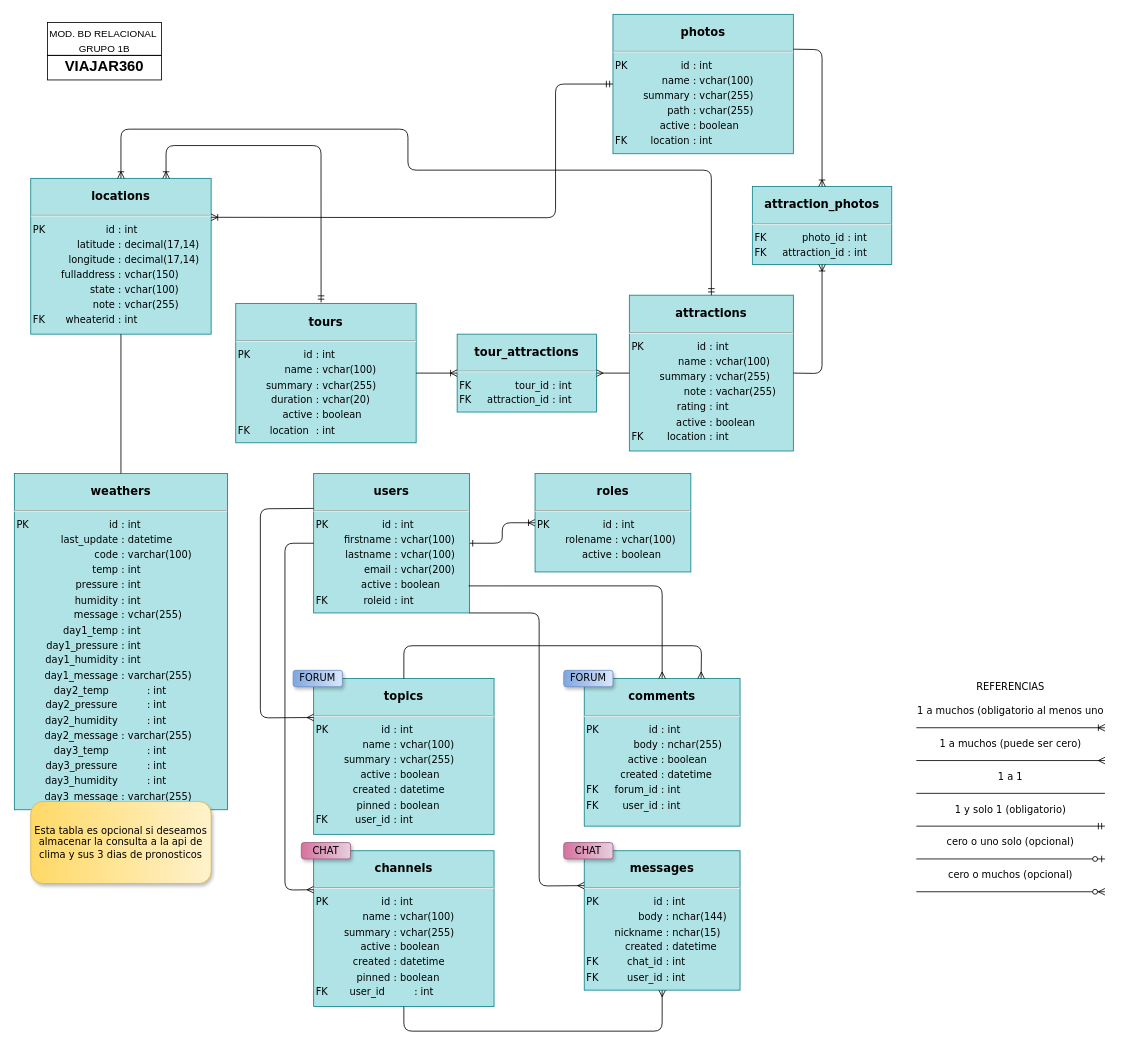
The draw.io diagram viajar360-documentos/modelo_bd_relacional.drawio in classroomEntreRios/proyecto-g1b-proyecto-g1b, before the edit. Source tidied: cells renumbered, new cells numbered last; positions are measured from the earlier drawing's top-left corner, leaving out a move shared by most shapes. Both pictures are drawn from the tidied source at 82%, with x=0, y=0 at pixel (14, 14).
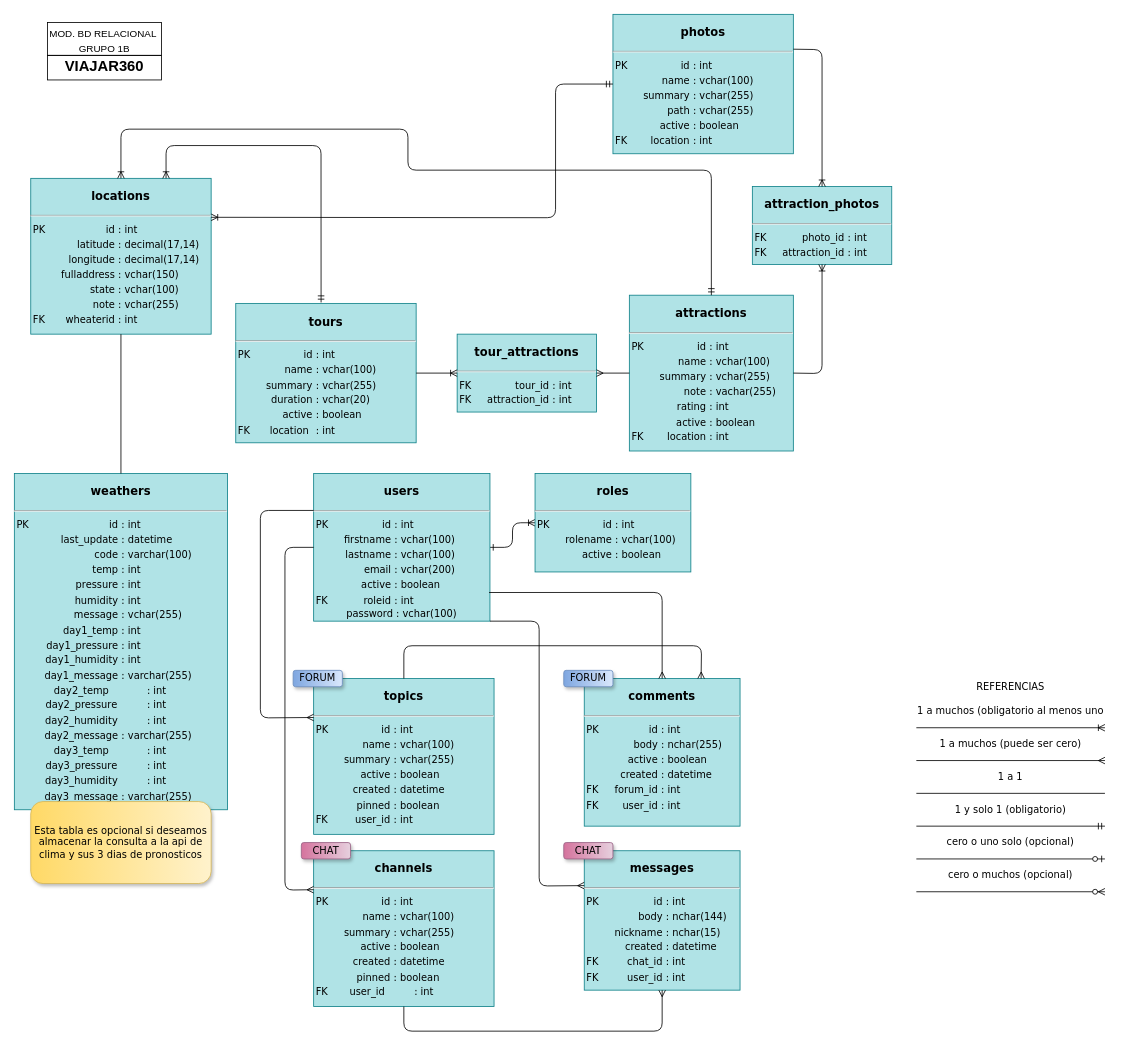
Above is the later version.

Commit message:
incorporo atrbuto password en usuario

The change refers to these unchanged cells:
```xml
<mxCell id="11" value="&lt;p style=&quot;box-sizing: border-box ; width: 100% ; padding: 2px&quot;&gt;&lt;b&gt;&lt;font style=&quot;font-size: 14px&quot;&gt;topics&lt;/font&gt;&lt;/b&gt;&lt;/p&gt;&lt;hr&gt;&lt;table&gt;&lt;tbody&gt;&lt;tr&gt;&lt;td style=&quot;text-align: right ; border-collapse: collapse&quot;&gt;PK&amp;nbsp; &amp;nbsp;&amp;nbsp;&lt;/td&gt;&lt;td style=&quot;text-align: right&quot;&gt;id&lt;/td&gt;&lt;td style=&quot;text-align: left&quot;&gt;: int&lt;/td&gt;&lt;/tr&gt;&lt;tr&gt;&lt;td&gt;&lt;br&gt;&lt;/td&gt;&lt;td style=&quot;text-align: right&quot;&gt;name&lt;/td&gt;&lt;td style=&quot;text-align: left&quot;&gt;: vchar(100)&lt;/td&gt;&lt;/tr&gt;&lt;tr&gt;&lt;td&gt;&lt;br&gt;&lt;/td&gt;&lt;td style=&quot;text-align: right&quot;&gt;summary&lt;/td&gt;&lt;td&gt;: vchar(255)&lt;/td&gt;&lt;/tr&gt;&lt;tr&gt;&lt;td&gt;&lt;br&gt;&lt;/td&gt;&lt;td style=&quot;text-align: right&quot;&gt;active&lt;/td&gt;&lt;td style=&quot;text-align: left&quot;&gt;: boolean&lt;/td&gt;&lt;/tr&gt;&lt;tr&gt;&lt;td style=&quot;text-align: left&quot;&gt;&lt;br&gt;&lt;/td&gt;&lt;td style=&quot;text-align: right&quot;&gt;created&lt;/td&gt;&lt;td style=&quot;text-align: left&quot;&gt;: datetime&lt;/td&gt;&lt;/tr&gt;&lt;tr&gt;&lt;td&gt;&lt;br&gt;&lt;/td&gt;&lt;td style=&quot;text-align: right&quot;&gt;pinned&lt;/td&gt;&lt;td style=&quot;text-align: left&quot;&gt;: boolean&lt;/td&gt;&lt;/tr&gt;&lt;tr&gt;&lt;td style=&quot;text-align: left&quot;&gt;FK&lt;/td&gt;&lt;td style=&quot;text-align: right&quot;&gt;user_id&lt;/td&gt;&lt;td style=&quot;text-align: left&quot;&gt;: int&lt;/td&gt;&lt;/tr&gt;&lt;/tbody&gt;&lt;/table&gt;" style="verticalAlign=top;align=center;overflow=fill;html=1;rounded=0;shadow=0;comic=0;labelBackgroundColor=none;strokeWidth=1;fontFamily=Verdana;fontSize=12;glass=0;sketch=0;fillColor=#b0e3e6;strokeColor=#0e8088;direction=west;" parent="1" vertex="1">
  <mxGeometry x="365" y="810" width="220" height="190" as="geometry" />
</mxCell>
<mxCell id="12" value="&lt;p style=&quot;box-sizing: border-box ; width: 100% ; padding: 2px&quot;&gt;&lt;b&gt;&lt;font style=&quot;font-size: 14px&quot;&gt;comments&lt;/font&gt;&lt;/b&gt;&lt;/p&gt;&lt;hr&gt;&lt;table&gt;&lt;tbody&gt;&lt;tr&gt;&lt;td style=&quot;text-align: right ; border-collapse: collapse&quot;&gt;PK&amp;nbsp; &amp;nbsp;&amp;nbsp;&lt;/td&gt;&lt;td style=&quot;text-align: right&quot;&gt;id&lt;/td&gt;&lt;td style=&quot;text-align: left&quot;&gt;: int&lt;/td&gt;&lt;/tr&gt;&lt;tr&gt;&lt;td&gt;&lt;br&gt;&lt;/td&gt;&lt;td style=&quot;text-align: right&quot;&gt;body&lt;/td&gt;&lt;td style=&quot;text-align: left&quot;&gt;: nchar(255)&lt;/td&gt;&lt;/tr&gt;&lt;tr&gt;&lt;td&gt;&lt;br&gt;&lt;/td&gt;&lt;td style=&quot;text-align: right&quot;&gt;active&lt;/td&gt;&lt;td style=&quot;text-align: left&quot;&gt;: boolean&lt;/td&gt;&lt;/tr&gt;&lt;tr&gt;&lt;td style=&quot;text-align: left&quot;&gt;&lt;br&gt;&lt;/td&gt;&lt;td style=&quot;text-align: right&quot;&gt;created&lt;/td&gt;&lt;td style=&quot;text-align: left&quot;&gt;: datetime&lt;/td&gt;&lt;/tr&gt;&lt;tr&gt;&lt;td style=&quot;text-align: left&quot;&gt;FK&lt;/td&gt;&lt;td style=&quot;text-align: right&quot;&gt;forum_id&lt;/td&gt;&lt;td style=&quot;text-align: left&quot;&gt;: int&lt;/td&gt;&lt;/tr&gt;&lt;tr&gt;&lt;td style=&quot;text-align: left&quot;&gt;FK&lt;/td&gt;&lt;td style=&quot;text-align: right&quot;&gt;user_id&lt;/td&gt;&lt;td style=&quot;text-align: left&quot;&gt;: int&lt;/td&gt;&lt;/tr&gt;&lt;/tbody&gt;&lt;/table&gt;" style="verticalAlign=top;align=center;overflow=fill;html=1;rounded=0;shadow=0;comic=0;labelBackgroundColor=none;strokeWidth=1;fontFamily=Verdana;fontSize=12;glass=0;sketch=0;fillColor=#b0e3e6;strokeColor=#0e8088;direction=east;" parent="1" vertex="1">
  <mxGeometry x="695" y="810" width="190" height="180" as="geometry" />
</mxCell>
<mxCell id="13" value="&lt;p style=&quot;box-sizing: border-box ; width: 100% ; padding: 2px&quot;&gt;&lt;b&gt;&lt;font style=&quot;font-size: 14px&quot;&gt;channels&lt;/font&gt;&lt;/b&gt;&lt;/p&gt;&lt;hr&gt;&lt;table&gt;&lt;tbody&gt;&lt;tr&gt;&lt;td style=&quot;text-align: right ; border-collapse: collapse&quot;&gt;PK&amp;nbsp; &amp;nbsp;&amp;nbsp;&lt;/td&gt;&lt;td style=&quot;text-align: right&quot;&gt;id&lt;/td&gt;&lt;td style=&quot;text-align: left&quot;&gt;: int&lt;/td&gt;&lt;/tr&gt;&lt;tr&gt;&lt;td&gt;&lt;br&gt;&lt;/td&gt;&lt;td style=&quot;text-align: right&quot;&gt;name&lt;/td&gt;&lt;td style=&quot;text-align: left&quot;&gt;: vchar(100)&lt;/td&gt;&lt;/tr&gt;&lt;tr&gt;&lt;td&gt;&lt;br&gt;&lt;/td&gt;&lt;td style=&quot;text-align: right&quot;&gt;summary&lt;/td&gt;&lt;td&gt;: vchar(255)&lt;/td&gt;&lt;/tr&gt;&lt;tr&gt;&lt;td&gt;&lt;br&gt;&lt;/td&gt;&lt;td style=&quot;text-align: right&quot;&gt;active&lt;/td&gt;&lt;td style=&quot;text-align: left&quot;&gt;: boolean&lt;/td&gt;&lt;/tr&gt;&lt;tr&gt;&lt;td style=&quot;text-align: left&quot;&gt;&lt;br&gt;&lt;/td&gt;&lt;td style=&quot;text-align: right&quot;&gt;created&lt;/td&gt;&lt;td style=&quot;text-align: left&quot;&gt;: datetime&lt;/td&gt;&lt;/tr&gt;&lt;tr&gt;&lt;td&gt;&lt;br&gt;&lt;/td&gt;&lt;td style=&quot;text-align: right&quot;&gt;pinned&lt;/td&gt;&lt;td style=&quot;text-align: left&quot;&gt;: boolean&lt;/td&gt;&lt;/tr&gt;&lt;tr&gt;&lt;td style=&quot;text-align: left&quot;&gt;FK&lt;/td&gt;&lt;td&gt;user_id&lt;/td&gt;&lt;td&gt;: int&lt;/td&gt;&lt;/tr&gt;&lt;/tbody&gt;&lt;/table&gt;" style="verticalAlign=top;align=center;overflow=fill;html=1;rounded=0;shadow=0;comic=0;labelBackgroundColor=none;strokeWidth=1;fontFamily=Verdana;fontSize=12;glass=0;sketch=0;fillColor=#b0e3e6;strokeColor=#0e8088;" parent="1" vertex="1">
  <mxGeometry x="365" y="1020" width="220" height="190" as="geometry" />
</mxCell>
<mxCell id="14" value="&lt;p style=&quot;box-sizing: border-box ; width: 100% ; padding: 2px&quot;&gt;&lt;b&gt;&lt;font style=&quot;font-size: 14px&quot;&gt;messages&lt;/font&gt;&lt;/b&gt;&lt;/p&gt;&lt;hr&gt;&lt;table&gt;&lt;tbody&gt;&lt;tr&gt;&lt;td style=&quot;text-align: right ; border-collapse: collapse&quot;&gt;PK&amp;nbsp; &amp;nbsp;&amp;nbsp;&lt;/td&gt;&lt;td style=&quot;text-align: right&quot;&gt;id&lt;/td&gt;&lt;td style=&quot;text-align: left&quot;&gt;: int&lt;/td&gt;&lt;/tr&gt;&lt;tr&gt;&lt;td&gt;&lt;br&gt;&lt;/td&gt;&lt;td style=&quot;text-align: right&quot;&gt;body&lt;/td&gt;&lt;td style=&quot;text-align: left&quot;&gt;: nchar(144)&lt;/td&gt;&lt;/tr&gt;&lt;tr&gt;&lt;td&gt;&lt;br&gt;&lt;/td&gt;&lt;td&gt;nickname&lt;/td&gt;&lt;td style=&quot;text-align: left&quot;&gt;: nchar(15)&lt;/td&gt;&lt;/tr&gt;&lt;tr&gt;&lt;td style=&quot;text-align: left&quot;&gt;&lt;br&gt;&lt;/td&gt;&lt;td style=&quot;text-align: right&quot;&gt;created&lt;/td&gt;&lt;td style=&quot;text-align: left&quot;&gt;: datetime&lt;/td&gt;&lt;/tr&gt;&lt;tr&gt;&lt;td style=&quot;text-align: left&quot;&gt;FK&lt;/td&gt;&lt;td style=&quot;text-align: right&quot;&gt;chat_id&lt;/td&gt;&lt;td style=&quot;text-align: left&quot;&gt;: int&lt;/td&gt;&lt;/tr&gt;&lt;tr&gt;&lt;td style=&quot;text-align: left&quot;&gt;FK&lt;/td&gt;&lt;td style=&quot;text-align: right&quot;&gt;user_id&lt;/td&gt;&lt;td style=&quot;text-align: left&quot;&gt;: int&lt;/td&gt;&lt;/tr&gt;&lt;/tbody&gt;&lt;/table&gt;" style="verticalAlign=top;align=center;overflow=fill;html=1;rounded=0;shadow=0;comic=0;labelBackgroundColor=none;strokeWidth=1;fontFamily=Verdana;fontSize=12;glass=0;sketch=0;fillColor=#b0e3e6;strokeColor=#0e8088;" parent="1" vertex="1">
  <mxGeometry x="695" y="1020" width="190" height="170" as="geometry" />
</mxCell>
```

Diff of the diagram source:
```diff
@@
-    <mxCell id="3" value="&lt;p style=&quot;box-sizing: border-box ; width: 100% ; padding: 2px&quot;&gt;&lt;b&gt;&lt;font style=&quot;font-size: 14px&quot;&gt;users&lt;/font&gt;&lt;/b&gt;&lt;/p&gt;&lt;hr&gt;&lt;table&gt;&lt;tbody&gt;&lt;tr&gt;&lt;td style=&quot;text-align: right ; border-collapse: collapse&quot;&gt;PK&amp;nbsp; &amp;nbsp;&amp;nbsp;&lt;/td&gt;&lt;td style=&quot;text-align: right&quot;&gt;id&lt;/td&gt;&lt;td style=&quot;text-align: left&quot;&gt;: int&lt;/td&gt;&lt;/tr&gt;&lt;tr&gt;&lt;td&gt;&lt;br&gt;&lt;/td&gt;&lt;td style=&quot;text-align: right&quot;&gt;firstname&lt;/td&gt;&lt;td style=&quot;text-align: left&quot;&gt;: vchar(100)&lt;/td&gt;&lt;/tr&gt;&lt;tr&gt;&lt;td&gt;&lt;br&gt;&lt;/td&gt;&lt;td style=&quot;text-align: right&quot;&gt;lastname&lt;/td&gt;&lt;td&gt;: vchar(100)&lt;/td&gt;&lt;/tr&gt;&lt;tr&gt;&lt;td&gt;&lt;br&gt;&lt;/td&gt;&lt;td style=&quot;text-align: right&quot;&gt;email&lt;/td&gt;&lt;td&gt;: vchar(200)&lt;/td&gt;&lt;/tr&gt;&lt;tr&gt;&lt;td&gt;&lt;br&gt;&lt;/td&gt;&lt;td style=&quot;text-align: right&quot;&gt;active&lt;/td&gt;&lt;td style=&quot;text-align: left&quot;&gt;: boolean&lt;/td&gt;&lt;/tr&gt;&lt;tr&gt;&lt;td style=&quot;text-align: left&quot;&gt;FK&lt;/td&gt;&lt;td style=&quot;text-align: right&quot;&gt;roleid&lt;/td&gt;&lt;td style=&quot;text-align: left&quot;&gt;: int&lt;/td&gt;&lt;/tr&gt;&lt;/tbody&gt;&lt;/table&gt;" style="verticalAlign=top;align=center;overflow=fill;html=1;rounded=0;shadow=0;comic=0;labelBackgroundColor=none;strokeWidth=1;fontFamily=Verdana;fontSize=12;glass=0;sketch=0;fillColor=#b0e3e6;strokeColor=#0e8088;" parent="1" vertex="1">
-      <mxGeometry x="365" y="560" width="190" height="170" as="geometry" />
+    <mxCell id="3" value="&lt;p style=&quot;box-sizing: border-box ; width: 100% ; padding: 2px&quot;&gt;&lt;b&gt;&lt;font style=&quot;font-size: 14px&quot;&gt;users&lt;/font&gt;&lt;/b&gt;&lt;/p&gt;&lt;hr&gt;&lt;table&gt;&lt;tbody&gt;&lt;tr&gt;&lt;td style=&quot;text-align: right ; border-collapse: collapse&quot;&gt;PK&amp;nbsp; &amp;nbsp;&amp;nbsp;&lt;/td&gt;&lt;td style=&quot;text-align: right&quot;&gt;id&lt;/td&gt;&lt;td style=&quot;text-align: left&quot;&gt;: int&lt;/td&gt;&lt;/tr&gt;&lt;tr&gt;&lt;td&gt;&lt;br&gt;&lt;/td&gt;&lt;td style=&quot;text-align: right&quot;&gt;firstname&lt;/td&gt;&lt;td style=&quot;text-align: left&quot;&gt;: vchar(100)&lt;/td&gt;&lt;/tr&gt;&lt;tr&gt;&lt;td&gt;&lt;br&gt;&lt;/td&gt;&lt;td style=&quot;text-align: right&quot;&gt;lastname&lt;/td&gt;&lt;td&gt;: vchar(100)&lt;/td&gt;&lt;/tr&gt;&lt;tr&gt;&lt;td&gt;&lt;br&gt;&lt;/td&gt;&lt;td style=&quot;text-align: right&quot;&gt;email&lt;/td&gt;&lt;td&gt;: vchar(200)&lt;/td&gt;&lt;/tr&gt;&lt;tr&gt;&lt;td&gt;&lt;br&gt;&lt;/td&gt;&lt;td style=&quot;text-align: right&quot;&gt;active&lt;/td&gt;&lt;td style=&quot;text-align: left&quot;&gt;: boolean&lt;/td&gt;&lt;/tr&gt;&lt;tr&gt;&lt;td style=&quot;text-align: left&quot;&gt;FK&lt;/td&gt;&lt;td style=&quot;text-align: right&quot;&gt;roleid&lt;/td&gt;&lt;td style=&quot;text-align: left&quot;&gt;: int&lt;/td&gt;&lt;/tr&gt;&lt;/tbody&gt;&lt;/table&gt;password : vchar(100)" style="verticalAlign=top;align=center;overflow=fill;html=1;rounded=0;shadow=0;comic=0;labelBackgroundColor=none;strokeWidth=1;fontFamily=Verdana;fontSize=12;glass=0;sketch=0;fillColor=#b0e3e6;strokeColor=#0e8088;" parent="1" vertex="1">
+      <mxGeometry x="365" y="560" width="215" height="180" as="geometry" />
     </mxCell>
@@
     <mxCell id="27" style="endArrow=ERmany;html=1;fontFamily=Verdana;exitX=0.995;exitY=0.806;exitDx=0;exitDy=0;entryX=0.5;entryY=0;entryDx=0;entryDy=0;endFill=0;exitPerimeter=0;" parent="1" edge="1" source="3" target="12">
       <mxGeometry relative="1" as="geometry">
         <Array as="points">
-          <mxPoint x="790" y="697" />
+          <mxPoint x="790" y="705" />
         </Array>
       </mxGeometry>
     </mxCell>
     <mxCell id="28" style="endArrow=ERmany;html=1;fontFamily=Verdana;exitX=1;exitY=1;exitDx=0;exitDy=0;entryX=0;entryY=0.25;entryDx=0;entryDy=0;endFill=0;" parent="1" edge="1" source="3" target="14">
       <mxGeometry relative="1" as="geometry">
         <Array as="points">
-          <mxPoint x="640" y="730" />
+          <mxPoint x="640" y="740" />
           <mxPoint x="640" y="1063" />
         </Array>
       </mxGeometry>
     </mxCell>
     <mxCell id="29" style="endArrow=ERmany;html=1;fontFamily=Verdana;exitX=0;exitY=0.25;exitDx=0;exitDy=0;entryX=1;entryY=0.75;entryDx=0;entryDy=0;endFill=0;" parent="1" edge="1" source="3" target="11">
       <mxGeometry relative="1" as="geometry">
         <Array as="points">
-          <mxPoint x="300" y="603" />
+          <mxPoint x="300" y="605" />
           <mxPoint x="300" y="858" />
         </Array>
       </mxGeometry>
     </mxCell>
     <mxCell id="30" style="endArrow=ERmany;html=1;fontFamily=Verdana;exitX=0;exitY=0.5;exitDx=0;exitDy=0;entryX=0;entryY=0.25;entryDx=0;entryDy=0;endFill=0;" parent="1" edge="1" source="3" target="13">
       <mxGeometry relative="1" as="geometry">
         <Array as="points">
-          <mxPoint x="330" y="645" />
+          <mxPoint x="330" y="650" />
           <mxPoint x="330" y="1068" />
         </Array>
       </mxGeometry>
     </mxCell>
```
